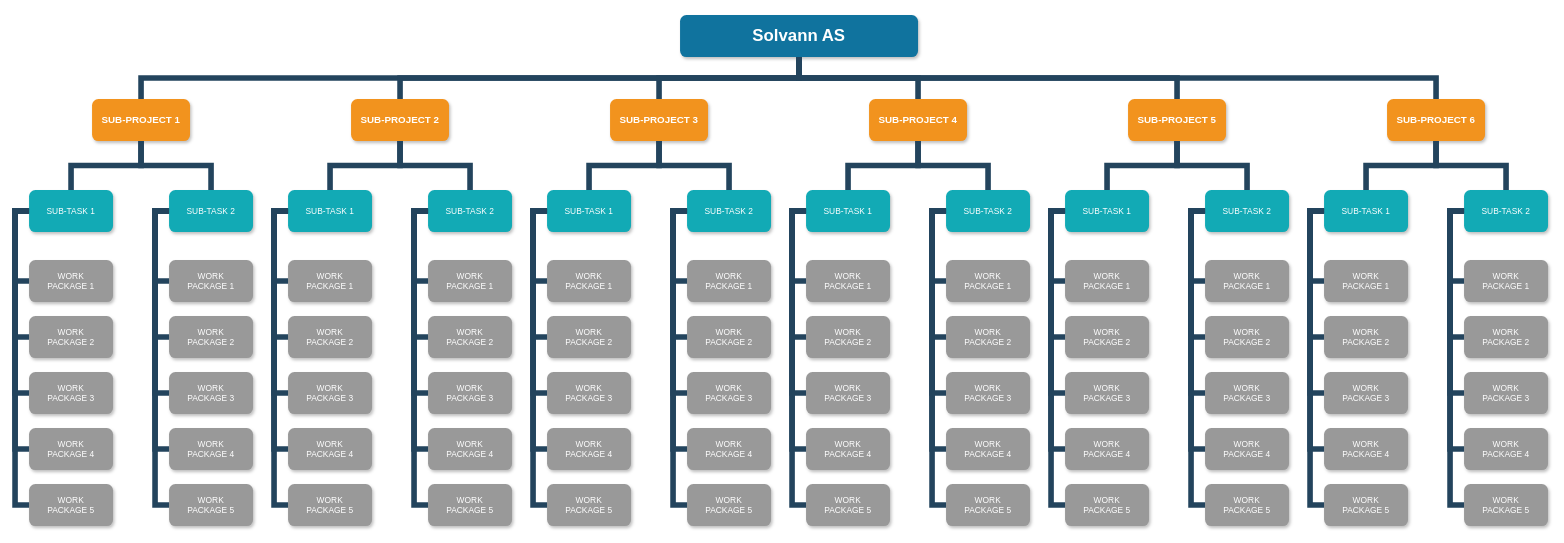
Earlier version of the draw.io diagram Work Breakdown Structure.drawio (USN-Gjengen/APP2000_Gruppe06_Solvann-Driftsystem). Source tidied: cells renumbered, new cells numbered last; positions are measured from the earlier drawing's top-left corner, leaving out a move shared by most shapes. Both pictures are drawn from the tidied source at 70%, with x=0, y=0 at pixel (15, 15).
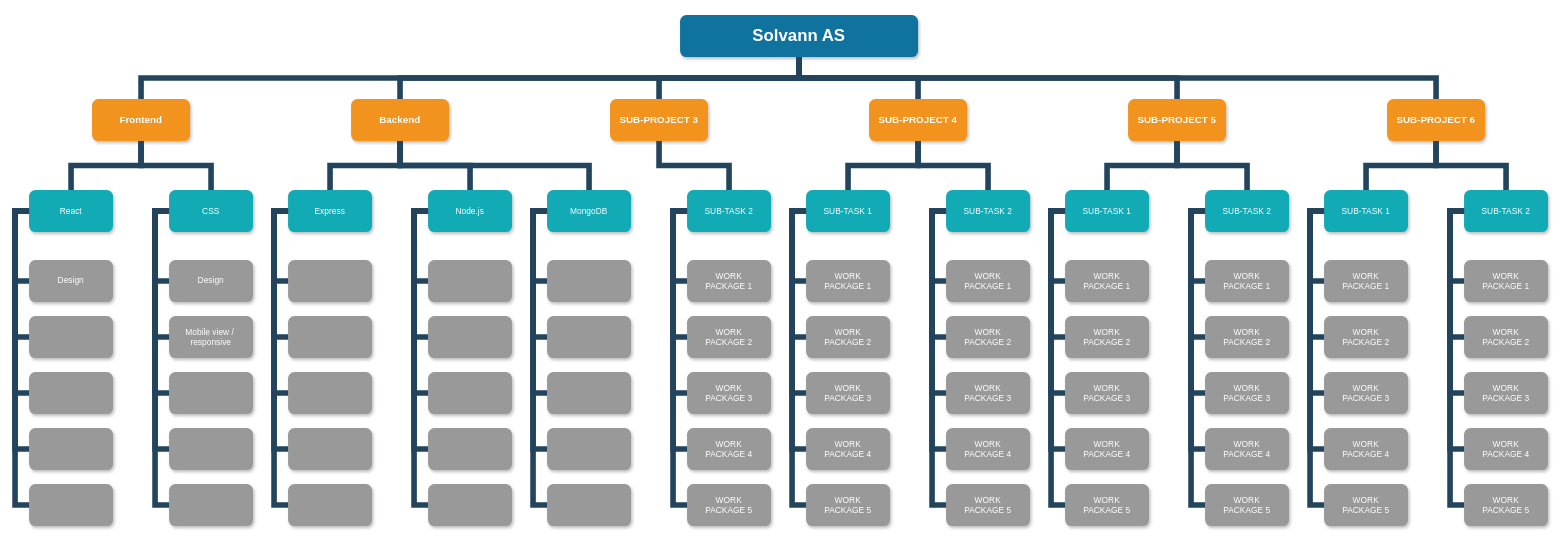
After the change.

Unchanged cells that the change refers to:
```xml
<mxCell id="6" value="SUB-PROJECT 3" style="whiteSpace=wrap;rounded=1;fillColor=#F2931E;strokeColor=none;shadow=1;fontColor=#FFFFFF;fontStyle=1;fontSize=14;" parent="1" vertex="1">
  <mxGeometry x="850" y="120" width="140" height="60" as="geometry" />
</mxCell>
```

Change to the diagram source:
```diff
@@
-    <mxCell id="3" value="SUB-PROJECT 1" style="whiteSpace=wrap;rounded=1;fillColor=#F2931E;strokeColor=none;shadow=1;fontColor=#FFFFFF;fontStyle=1;fontSize=14;" parent="1" vertex="1">
+    <mxCell id="3" value="Frontend" style="whiteSpace=wrap;rounded=1;fillColor=#F2931E;strokeColor=none;shadow=1;fontColor=#FFFFFF;fontStyle=1;fontSize=14;" parent="1" vertex="1">
       <mxGeometry x="110" y="120" width="140" height="60" as="geometry" />
     </mxCell>
-    <mxCell id="4" value="SUB-PROJECT 2" style="whiteSpace=wrap;rounded=1;fillColor=#F2931E;strokeColor=none;shadow=1;fontColor=#FFFFFF;fontStyle=1;fontSize=14;" parent="1" vertex="1">
+    <mxCell id="4" value="Backend" style="whiteSpace=wrap;rounded=1;fillColor=#F2931E;strokeColor=none;shadow=1;fontColor=#FFFFFF;fontStyle=1;fontSize=14;" parent="1" vertex="1">
       <mxGeometry x="480" y="120" width="140" height="60" as="geometry" />
     </mxCell>
@@
-    <mxCell id="9" value="SUB-TASK 1" style="whiteSpace=wrap;rounded=1;fillColor=#12AAB5;strokeColor=none;shadow=1;fontColor=#FFFFFF;" parent="1" vertex="1">
+    <mxCell id="9" value="React" style="whiteSpace=wrap;rounded=1;fillColor=#12AAB5;strokeColor=none;shadow=1;fontColor=#FFFFFF;" parent="1" vertex="1">
       <mxGeometry x="20" y="250" width="120" height="60" as="geometry" />
     </mxCell>
-    <mxCell id="10" value="SUB-TASK 2" style="whiteSpace=wrap;rounded=1;fillColor=#12AAB5;strokeColor=none;shadow=1;fontColor=#FFFFFF;" parent="1" vertex="1">
+    <mxCell id="10" value="CSS" style="whiteSpace=wrap;rounded=1;fillColor=#12AAB5;strokeColor=none;shadow=1;fontColor=#FFFFFF;" parent="1" vertex="1">
       <mxGeometry x="220" y="250" width="120" height="60" as="geometry" />
     </mxCell>
-    <mxCell id="11" value="WORK&#10;PACKAGE 1" style="whiteSpace=wrap;rounded=1;fillColor=#999999;strokeColor=none;shadow=1;fontColor=#FFFFFF;fontStyle=0;" parent="1" vertex="1">
+    <mxCell id="11" value="Design" style="whiteSpace=wrap;rounded=1;fillColor=#999999;strokeColor=none;shadow=1;fontColor=#FFFFFF;fontStyle=0;" parent="1" vertex="1">
       <mxGeometry x="20" y="350" width="120" height="60" as="geometry" />
     </mxCell>
-    <mxCell id="12" value="WORK&#10;PACKAGE 2" style="whiteSpace=wrap;rounded=1;fillColor=#999999;strokeColor=none;shadow=1;fontColor=#FFFFFF;fontStyle=0;" parent="1" vertex="1">
+    <mxCell id="12" style="whiteSpace=wrap;rounded=1;fillColor=#999999;strokeColor=none;shadow=1;fontColor=#FFFFFF;fontStyle=0;" parent="1" vertex="1">
       <mxGeometry x="20" y="430" width="120" height="60" as="geometry" />
     </mxCell>
-    <mxCell id="13" value="WORK&#10;PACKAGE 3" style="whiteSpace=wrap;rounded=1;fillColor=#999999;strokeColor=none;shadow=1;fontColor=#FFFFFF;fontStyle=0;" parent="1" vertex="1">
+    <mxCell id="13" style="whiteSpace=wrap;rounded=1;fillColor=#999999;strokeColor=none;shadow=1;fontColor=#FFFFFF;fontStyle=0;" parent="1" vertex="1">
       <mxGeometry x="20" y="510" width="120" height="60" as="geometry" />
     </mxCell>
-    <mxCell id="14" value="WORK&#10;PACKAGE 4" style="whiteSpace=wrap;rounded=1;fillColor=#999999;strokeColor=none;shadow=1;fontColor=#FFFFFF;fontStyle=0;" parent="1" vertex="1">
+    <mxCell id="14" style="whiteSpace=wrap;rounded=1;fillColor=#999999;strokeColor=none;shadow=1;fontColor=#FFFFFF;fontStyle=0;" parent="1" vertex="1">
       <mxGeometry x="20" y="590" width="120" height="60" as="geometry" />
     </mxCell>
-    <mxCell id="15" value="WORK&#10;PACKAGE 5" style="whiteSpace=wrap;rounded=1;fillColor=#999999;strokeColor=none;shadow=1;fontColor=#FFFFFF;fontStyle=0;" parent="1" vertex="1">
+    <mxCell id="15" style="whiteSpace=wrap;rounded=1;fillColor=#999999;strokeColor=none;shadow=1;fontColor=#FFFFFF;fontStyle=0;" parent="1" vertex="1">
       <mxGeometry x="20" y="670" width="120" height="60" as="geometry" />
     </mxCell>
-    <mxCell id="16" value="WORK&#10;PACKAGE 1" style="whiteSpace=wrap;rounded=1;fillColor=#999999;strokeColor=none;shadow=1;fontColor=#FFFFFF;fontStyle=0;" parent="1" vertex="1">
+    <mxCell id="16" value="Design" style="whiteSpace=wrap;rounded=1;fillColor=#999999;strokeColor=none;shadow=1;fontColor=#FFFFFF;fontStyle=0;" parent="1" vertex="1">
       <mxGeometry x="220" y="350" width="120" height="60" as="geometry" />
     </mxCell>
-    <mxCell id="17" value="WORK&#10;PACKAGE 2" style="whiteSpace=wrap;rounded=1;fillColor=#999999;strokeColor=none;shadow=1;fontColor=#FFFFFF;fontStyle=0;" parent="1" vertex="1">
+    <mxCell id="17" value="Mobile view / &#10;responsive" style="whiteSpace=wrap;rounded=1;fillColor=#999999;strokeColor=none;shadow=1;fontColor=#FFFFFF;fontStyle=0;" parent="1" vertex="1">
       <mxGeometry x="220" y="430" width="120" height="60" as="geometry" />
     </mxCell>
-    <mxCell id="18" value="WORK&#10;PACKAGE 3" style="whiteSpace=wrap;rounded=1;fillColor=#999999;strokeColor=none;shadow=1;fontColor=#FFFFFF;fontStyle=0;" parent="1" vertex="1">
+    <mxCell id="18" style="whiteSpace=wrap;rounded=1;fillColor=#999999;strokeColor=none;shadow=1;fontColor=#FFFFFF;fontStyle=0;" parent="1" vertex="1">
       <mxGeometry x="220" y="510" width="120" height="60" as="geometry" />
     </mxCell>
-    <mxCell id="19" value="WORK&#10;PACKAGE 4" style="whiteSpace=wrap;rounded=1;fillColor=#999999;strokeColor=none;shadow=1;fontColor=#FFFFFF;fontStyle=0;" parent="1" vertex="1">
+    <mxCell id="19" style="whiteSpace=wrap;rounded=1;fillColor=#999999;strokeColor=none;shadow=1;fontColor=#FFFFFF;fontStyle=0;" parent="1" vertex="1">
       <mxGeometry x="220" y="590" width="120" height="60" as="geometry" />
     </mxCell>
-    <mxCell id="20" value="WORK&#10;PACKAGE 5" style="whiteSpace=wrap;rounded=1;fillColor=#999999;strokeColor=none;shadow=1;fontColor=#FFFFFF;fontStyle=0;" parent="1" vertex="1">
+    <mxCell id="20" style="whiteSpace=wrap;rounded=1;fillColor=#999999;strokeColor=none;shadow=1;fontColor=#FFFFFF;fontStyle=0;" parent="1" vertex="1">
       <mxGeometry x="220" y="670" width="120" height="60" as="geometry" />
     </mxCell>
-    <mxCell id="21" value="SUB-TASK 1" style="whiteSpace=wrap;rounded=1;fillColor=#12AAB5;strokeColor=none;shadow=1;fontColor=#FFFFFF;" parent="1" vertex="1">
+    <mxCell id="21" value="Express" style="whiteSpace=wrap;rounded=1;fillColor=#12AAB5;strokeColor=none;shadow=1;fontColor=#FFFFFF;" parent="1" vertex="1">
       <mxGeometry x="390" y="250" width="120" height="60" as="geometry" />
     </mxCell>
-    <mxCell id="22" value="SUB-TASK 2" style="whiteSpace=wrap;rounded=1;fillColor=#12AAB5;strokeColor=none;shadow=1;fontColor=#FFFFFF;" parent="1" vertex="1">
+    <mxCell id="22" value="Node.js" style="whiteSpace=wrap;rounded=1;fillColor=#12AAB5;strokeColor=none;shadow=1;fontColor=#FFFFFF;" parent="1" vertex="1">
       <mxGeometry x="590" y="250" width="120" height="60" as="geometry" />
     </mxCell>
-    <mxCell id="23" value="WORK&#10;PACKAGE 1" style="whiteSpace=wrap;rounded=1;fillColor=#999999;strokeColor=none;shadow=1;fontColor=#FFFFFF;fontStyle=0;" parent="1" vertex="1">
+    <mxCell id="23" style="whiteSpace=wrap;rounded=1;fillColor=#999999;strokeColor=none;shadow=1;fontColor=#FFFFFF;fontStyle=0;" parent="1" vertex="1">
       <mxGeometry x="390" y="350" width="120" height="60" as="geometry" />
     </mxCell>
-    <mxCell id="24" value="WORK&#10;PACKAGE 2" style="whiteSpace=wrap;rounded=1;fillColor=#999999;strokeColor=none;shadow=1;fontColor=#FFFFFF;fontStyle=0;" parent="1" vertex="1">
+    <mxCell id="24" style="whiteSpace=wrap;rounded=1;fillColor=#999999;strokeColor=none;shadow=1;fontColor=#FFFFFF;fontStyle=0;" parent="1" vertex="1">
       <mxGeometry x="390" y="430" width="120" height="60" as="geometry" />
     </mxCell>
-    <mxCell id="25" value="WORK&#10;PACKAGE 3" style="whiteSpace=wrap;rounded=1;fillColor=#999999;strokeColor=none;shadow=1;fontColor=#FFFFFF;fontStyle=0;" parent="1" vertex="1">
+    <mxCell id="25" style="whiteSpace=wrap;rounded=1;fillColor=#999999;strokeColor=none;shadow=1;fontColor=#FFFFFF;fontStyle=0;" parent="1" vertex="1">
       <mxGeometry x="390" y="510" width="120" height="60" as="geometry" />
     </mxCell>
-    <mxCell id="26" value="WORK&#10;PACKAGE 4" style="whiteSpace=wrap;rounded=1;fillColor=#999999;strokeColor=none;shadow=1;fontColor=#FFFFFF;fontStyle=0;" parent="1" vertex="1">
+    <mxCell id="26" style="whiteSpace=wrap;rounded=1;fillColor=#999999;strokeColor=none;shadow=1;fontColor=#FFFFFF;fontStyle=0;" parent="1" vertex="1">
       <mxGeometry x="390" y="590" width="120" height="60" as="geometry" />
     </mxCell>
-    <mxCell id="27" value="WORK&#10;PACKAGE 5" style="whiteSpace=wrap;rounded=1;fillColor=#999999;strokeColor=none;shadow=1;fontColor=#FFFFFF;fontStyle=0;" parent="1" vertex="1">
+    <mxCell id="27" style="whiteSpace=wrap;rounded=1;fillColor=#999999;strokeColor=none;shadow=1;fontColor=#FFFFFF;fontStyle=0;" parent="1" vertex="1">
       <mxGeometry x="390" y="670" width="120" height="60" as="geometry" />
     </mxCell>
-    <mxCell id="28" value="WORK&#10;PACKAGE 1" style="whiteSpace=wrap;rounded=1;fillColor=#999999;strokeColor=none;shadow=1;fontColor=#FFFFFF;fontStyle=0;" parent="1" vertex="1">
+    <mxCell id="28" style="whiteSpace=wrap;rounded=1;fillColor=#999999;strokeColor=none;shadow=1;fontColor=#FFFFFF;fontStyle=0;" parent="1" vertex="1">
       <mxGeometry x="590" y="350" width="120" height="60" as="geometry" />
     </mxCell>
-    <mxCell id="29" value="WORK&#10;PACKAGE 2" style="whiteSpace=wrap;rounded=1;fillColor=#999999;strokeColor=none;shadow=1;fontColor=#FFFFFF;fontStyle=0;" parent="1" vertex="1">
+    <mxCell id="29" style="whiteSpace=wrap;rounded=1;fillColor=#999999;strokeColor=none;shadow=1;fontColor=#FFFFFF;fontStyle=0;" parent="1" vertex="1">
       <mxGeometry x="590" y="430" width="120" height="60" as="geometry" />
     </mxCell>
-    <mxCell id="30" value="WORK&#10;PACKAGE 3" style="whiteSpace=wrap;rounded=1;fillColor=#999999;strokeColor=none;shadow=1;fontColor=#FFFFFF;fontStyle=0;" parent="1" vertex="1">
+    <mxCell id="30" style="whiteSpace=wrap;rounded=1;fillColor=#999999;strokeColor=none;shadow=1;fontColor=#FFFFFF;fontStyle=0;" parent="1" vertex="1">
       <mxGeometry x="590" y="510" width="120" height="60" as="geometry" />
     </mxCell>
-    <mxCell id="31" value="WORK&#10;PACKAGE 4" style="whiteSpace=wrap;rounded=1;fillColor=#999999;strokeColor=none;shadow=1;fontColor=#FFFFFF;fontStyle=0;" parent="1" vertex="1">
+    <mxCell id="31" style="whiteSpace=wrap;rounded=1;fillColor=#999999;strokeColor=none;shadow=1;fontColor=#FFFFFF;fontStyle=0;" parent="1" vertex="1">
       <mxGeometry x="590" y="590" width="120" height="60" as="geometry" />
     </mxCell>
-    <mxCell id="32" value="WORK&#10;PACKAGE 5" style="whiteSpace=wrap;rounded=1;fillColor=#999999;strokeColor=none;shadow=1;fontColor=#FFFFFF;fontStyle=0;" parent="1" vertex="1">
+    <mxCell id="32" style="whiteSpace=wrap;rounded=1;fillColor=#999999;strokeColor=none;shadow=1;fontColor=#FFFFFF;fontStyle=0;" parent="1" vertex="1">
       <mxGeometry x="590" y="670" width="120" height="60" as="geometry" />
     </mxCell>
@@
-    <mxCell id="57" value="SUB-TASK 1" style="whiteSpace=wrap;rounded=1;fillColor=#12AAB5;strokeColor=none;shadow=1;fontColor=#FFFFFF;" parent="1" vertex="1">
+    <mxCell id="57" value="MongoDB" style="whiteSpace=wrap;rounded=1;fillColor=#12AAB5;strokeColor=none;shadow=1;fontColor=#FFFFFF;" parent="1" vertex="1">
       <mxGeometry x="760" y="250" width="120" height="60" as="geometry" />
     </mxCell>
@@
-    <mxCell id="59" value="WORK&#10;PACKAGE 1" style="whiteSpace=wrap;rounded=1;fillColor=#999999;strokeColor=none;shadow=1;fontColor=#FFFFFF;fontStyle=0;" parent="1" vertex="1">
+    <mxCell id="59" style="whiteSpace=wrap;rounded=1;fillColor=#999999;strokeColor=none;shadow=1;fontColor=#FFFFFF;fontStyle=0;" parent="1" vertex="1">
       <mxGeometry x="760" y="350" width="120" height="60" as="geometry" />
     </mxCell>
-    <mxCell id="60" value="WORK&#10;PACKAGE 2" style="whiteSpace=wrap;rounded=1;fillColor=#999999;strokeColor=none;shadow=1;fontColor=#FFFFFF;fontStyle=0;" parent="1" vertex="1">
+    <mxCell id="60" style="whiteSpace=wrap;rounded=1;fillColor=#999999;strokeColor=none;shadow=1;fontColor=#FFFFFF;fontStyle=0;" parent="1" vertex="1">
       <mxGeometry x="760" y="430" width="120" height="60" as="geometry" />
     </mxCell>
-    <mxCell id="61" value="WORK&#10;PACKAGE 3" style="whiteSpace=wrap;rounded=1;fillColor=#999999;strokeColor=none;shadow=1;fontColor=#FFFFFF;fontStyle=0;" parent="1" vertex="1">
+    <mxCell id="61" style="whiteSpace=wrap;rounded=1;fillColor=#999999;strokeColor=none;shadow=1;fontColor=#FFFFFF;fontStyle=0;" parent="1" vertex="1">
       <mxGeometry x="760" y="510" width="120" height="60" as="geometry" />
     </mxCell>
-    <mxCell id="62" value="WORK&#10;PACKAGE 4" style="whiteSpace=wrap;rounded=1;fillColor=#999999;strokeColor=none;shadow=1;fontColor=#FFFFFF;fontStyle=0;" parent="1" vertex="1">
+    <mxCell id="62" style="whiteSpace=wrap;rounded=1;fillColor=#999999;strokeColor=none;shadow=1;fontColor=#FFFFFF;fontStyle=0;" parent="1" vertex="1">
       <mxGeometry x="760" y="590" width="120" height="60" as="geometry" />
     </mxCell>
-    <mxCell id="63" value="WORK&#10;PACKAGE 5" style="whiteSpace=wrap;rounded=1;fillColor=#999999;strokeColor=none;shadow=1;fontColor=#FFFFFF;fontStyle=0;" parent="1" vertex="1">
+    <mxCell id="63" style="whiteSpace=wrap;rounded=1;fillColor=#999999;strokeColor=none;shadow=1;fontColor=#FFFFFF;fontStyle=0;" parent="1" vertex="1">
       <mxGeometry x="760" y="670" width="120" height="60" as="geometry" />
     </mxCell>
@@
-    <mxCell id="145" style="edgeStyle=elbowEdgeStyle;elbow=vertical;rounded=0;fontColor=#000000;endArrow=none;endFill=0;strokeWidth=8;strokeColor=#23445D;" parent="1" edge="1" source="6" target="57">
+    <mxCell id="145" style="edgeStyle=elbowEdgeStyle;elbow=vertical;rounded=0;fontColor=#000000;endArrow=none;endFill=0;strokeWidth=8;strokeColor=#23445D;" parent="1" edge="1" source="4" target="57">
       <mxGeometry relative="1" as="geometry" />
     </mxCell>
```
